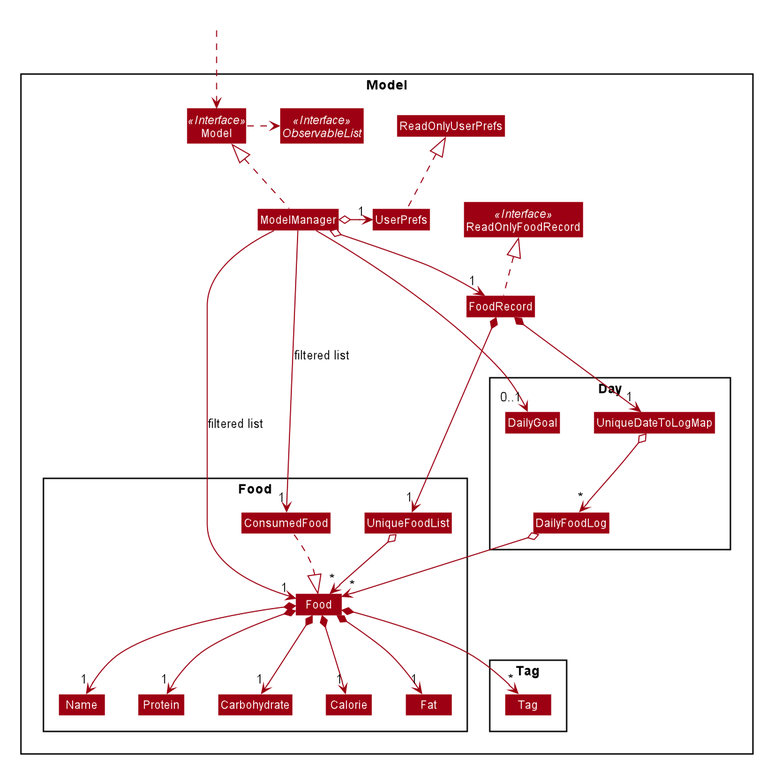
This is images/ModelClassDiagram.png from AY1920S2-CS2103T-F11-1/main, a PlantUML export, as it was before one commit. The source it was exported from:
```plantuml
@startuml








skinparam BackgroundColor #FFFFFFF

skinparam Shadowing false

skinparam Class {
    FontColor #FFFFFF
    BorderThickness 1
    BorderColor #FFFFFF
    StereotypeFontColor #FFFFFF
    FontName Arial
}

skinparam Actor {
    BorderColor #000000
    Color #000000
    FontName Arial
}

skinparam Sequence {
    MessageAlign center
    BoxFontSize 15
    BoxPadding 0
    BoxFontColor #FFFFFF
    FontName Arial
}

skinparam Participant {
    FontColor #FFFFFFF
    Padding 20
}

skinparam MinClassWidth 50
skinparam ParticipantPadding 10
skinparam Shadowing false
skinparam DefaultTextAlignment center
skinparam packageStyle Rectangle

hide footbox
hide members
hide circle
skinparam arrowThickness 1.1
skinparam arrowColor #9D0012
skinparam classBackgroundColor #9D0012

Package Model <<Rectangle>>{
Interface ReadOnlyFoodRecord <<Interface>>
Interface Model <<Interface>>
Interface ObservableList <<Interface>>
Class FoodRecord
Class ReadOnlyFoodRecord
Class Model
Class ModelManager
Class UserPrefs
Class ReadOnlyUserPrefs

Package Food {
Class Carbohydrate
Class Calorie
Class ConsumedFood
Class Food
Class Fat
Class Name
Class Protein
Class UniqueFoodList
}

Package Day {
Class DailyFoodLog
Class DailyGoal
Class UniqueDateToLogMap
}

Package Tag {
Class Tag
}
}

Class HiddenOutside #FFFFFF
HiddenOutside ..> Model

FoodRecord .up.|> ReadOnlyFoodRecord

ModelManager .up.|> Model
Model .right.> ObservableList
ModelManager o--> "1" FoodRecord
ModelManager o-left-> "1" UserPrefs
UserPrefs .up.|> ReadOnlyUserPrefs
ConsumedFood .down.|> Food

FoodRecord *--> "1" UniqueFoodList
UniqueFoodList o--> "*" Food
Food *--> "1" Name
Food *--> "1" Calorie
Food *--> "1" Carbohydrate
Food *--> "1" Protein
Food *--> "1" Fat
Food *--> "*" Tag

FoodRecord *--> "1" UniqueDateToLogMap
UniqueDateToLogMap o--> "*" DailyFoodLog
DailyFoodLog o--> "*" Food
ModelManager --> "0..1" DailyGoal

ModelManager -->"1" Food : filtered list
ModelManager -->"1" ConsumedFood : filtered list
@enduml
```
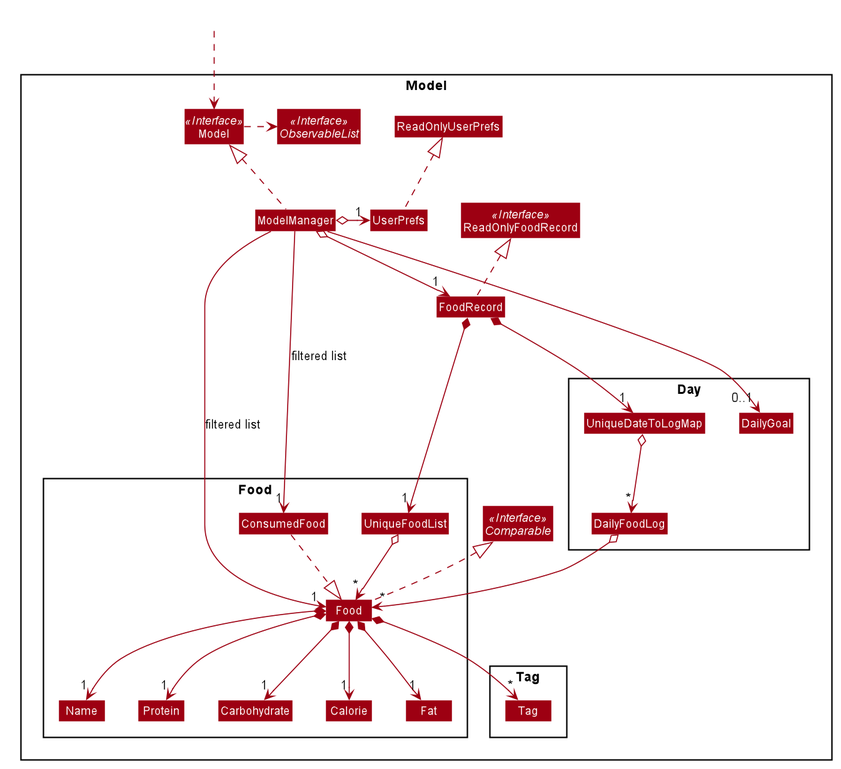
The same diagram one commit later.

Diff of the diagram source:
```diff
@@ -55,6 +55,7 @@
 Interface ReadOnlyFoodRecord <<Interface>>
 Interface Model <<Interface>>
 Interface ObservableList <<Interface>>
+Interface Comparable <<Interface>>
 Class FoodRecord
 Class ReadOnlyFoodRecord
 Class Model
@@ -94,6 +95,7 @@
 ModelManager o--> "1" FoodRecord
 ModelManager o-left-> "1" UserPrefs
 UserPrefs .up.|> ReadOnlyUserPrefs
+Food .up.|> Comparable
 ConsumedFood .down.|> Food
 
 FoodRecord *--> "1" UniqueFoodList
```
